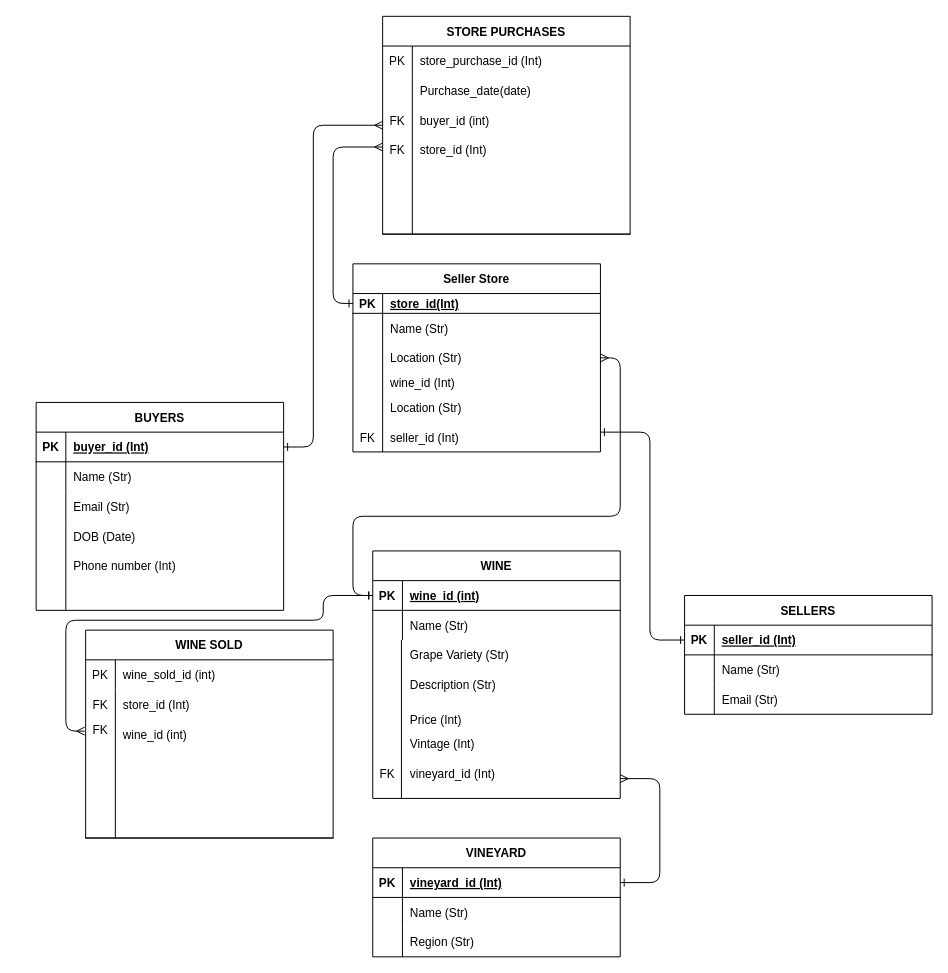
Above: ERD.drawio in JordanAttfield/T2A2-API-Webserver-Project (draw.io), before the change. Source tidied: cells renumbered, new cells numbered last; positions are measured from the earlier drawing's top-left corner, leaving out a move shared by most shapes. Both pictures are drawn from the tidied source at 99%, with x=0, y=0 at pixel (36, 16).
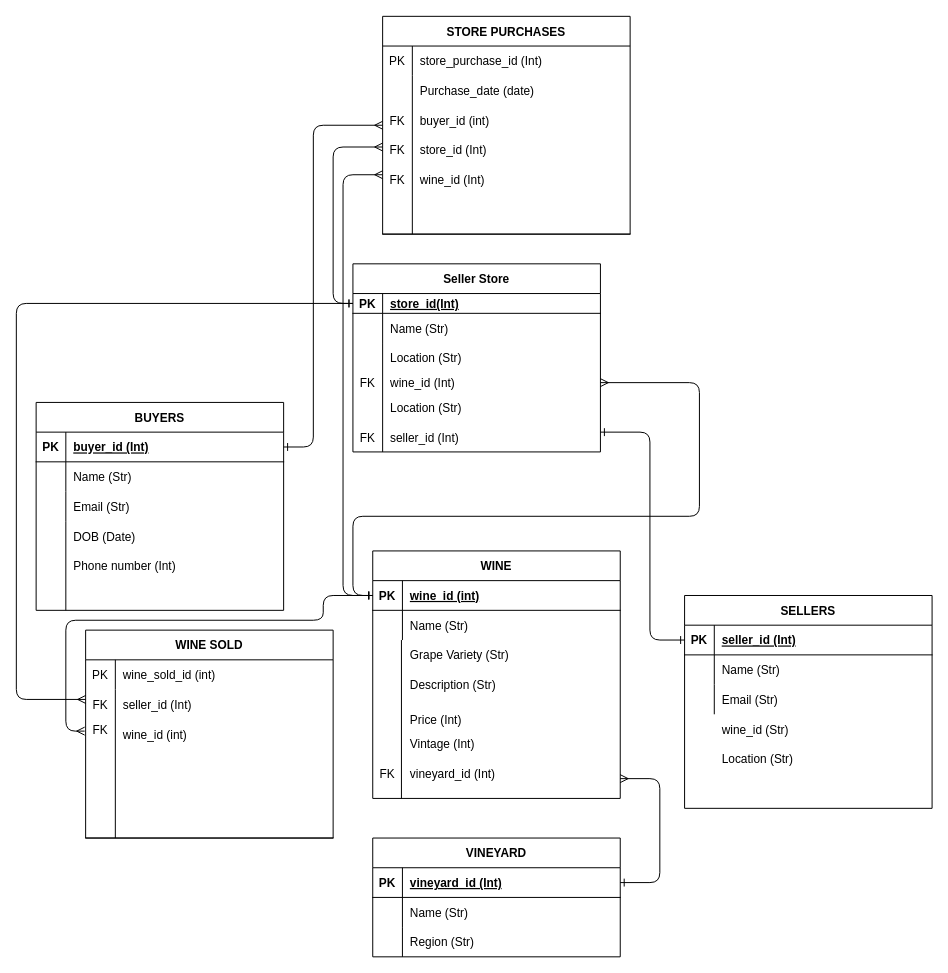
After the change.

Unchanged cells that the change refers to:
```xml
<mxCell id="23" style="shape=partialRectangle;fillColor=none;points=[[0,0.5],[1,0.5]];portConstraint=eastwest;top=0;left=0;right=0;bottom=1;" parent="22" vertex="1">
  <mxGeometry y="30" width="250" height="30" as="geometry" />
</mxCell>
<mxCell id="47" value="Seller Store" style="shape=table;startSize=30;childLayout=tableLayout;rowLines=0;fontStyle=1;align=center;" parent="1" vertex="1">
  <mxGeometry x="320" y="250" width="250" height="190" as="geometry" />
</mxCell>
<mxCell id="48" style="shape=partialRectangle;fillColor=none;points=[[0,0.5],[1,0.5]];portConstraint=eastwest;top=0;left=0;right=0;bottom=1;" parent="47" vertex="1">
  <mxGeometry y="30" width="250" height="20" as="geometry" />
</mxCell>
```

Diff of the diagram source:
```diff
@@
     <mxCell id="12" value="SELLERS" style="shape=table;startSize=30;childLayout=tableLayout;rowLines=0;fontStyle=1;align=center;" parent="1" vertex="1">
-      <mxGeometry x="655" y="585" width="250" height="120" as="geometry" />
+      <mxGeometry x="655" y="585" width="250" height="215" as="geometry" />
     </mxCell>
@@
-    <mxCell id="69" value="Purchase_date(date)" style="shape=partialRectangle;overflow=hidden;fillColor=none;top=0;left=0;bottom=0;right=0;align=left;spacingLeft=6;" parent="1" vertex="1">
+    <mxCell id="69" value="Purchase_date (date)" style="shape=partialRectangle;overflow=hidden;fillColor=none;top=0;left=0;bottom=0;right=0;align=left;spacingLeft=6;" parent="1" vertex="1">
       <mxGeometry x="380" y="60" width="220" height="30" as="geometry" />
     </mxCell>
@@
-    <mxCell id="72" value="store_id (Int)" style="shape=partialRectangle;overflow=hidden;fillColor=none;top=0;left=0;bottom=0;right=0;align=left;spacingLeft=6;" parent="1" vertex="1">
+    <mxCell id="72" value="seller_id (Int)" style="shape=partialRectangle;overflow=hidden;fillColor=none;top=0;left=0;bottom=0;right=0;align=left;spacingLeft=6;" parent="1" vertex="1">
       <mxGeometry x="80" y="680" width="220" height="30" as="geometry" />
     </mxCell>
@@
-    <mxCell id="81" style="edgeStyle=orthogonalEdgeStyle;rounded=1;jettySize=auto;html=1;exitX=0;exitY=0.5;exitDx=0;exitDy=0;entryX=1;entryY=0.5;entryDx=0;entryDy=0;startArrow=ERone;startFill=0;endArrow=ERmany;endFill=0;" parent="1" edge="1" source="23" target="47">
-      <mxGeometry relative="1" as="geometry" />
+    <mxCell id="81" style="edgeStyle=orthogonalEdgeStyle;rounded=1;jettySize=auto;html=1;exitX=0;exitY=0.5;exitDx=0;exitDy=0;startArrow=ERone;startFill=0;endArrow=ERmany;endFill=0;" parent="1" edge="1" source="23">
+      <mxGeometry relative="1" as="geometry">
+        <mxPoint x="570" y="370" as="targetPoint" />
+        <Array as="points">
+          <mxPoint x="320" y="585" />
+          <mxPoint x="320" y="505" />
+          <mxPoint x="670" y="505" />
+          <mxPoint x="670" y="370" />
+          <mxPoint x="570" y="370" />
+        </Array>
+      </mxGeometry>
     </mxCell>
@@
+    <mxCell id="95" value="FK" style="shape=partialRectangle;overflow=hidden;fillColor=none;top=0;left=0;bottom=0;right=0;fontStyle=0;" parent="1" vertex="1">
+      <mxGeometry x="320" y="355" width="30" height="30" as="geometry" />
+    </mxCell>
+    <mxCell id="96" style="edgeStyle=orthogonalEdgeStyle;rounded=1;jettySize=auto;html=1;startArrow=ERone;startFill=0;endArrow=ERmany;endFill=0;" parent="1" edge="1" source="48">
+      <mxGeometry relative="1" as="geometry">
+        <mxPoint x="50" y="690" as="targetPoint" />
+        <Array as="points">
+          <mxPoint x="-20" y="290" />
+          <mxPoint x="-20" y="690" />
+          <mxPoint x="50" y="690" />
+        </Array>
+      </mxGeometry>
+    </mxCell>
+    <mxCell id="97" style="edgeStyle=orthogonalEdgeStyle;rounded=1;jettySize=auto;html=1;startArrow=ERone;startFill=0;endArrow=ERmany;endFill=0;" parent="1" edge="1" source="23">
+      <mxGeometry relative="1" as="geometry">
+        <mxPoint x="350" y="160" as="targetPoint" />
+        <Array as="points">
+          <mxPoint x="310" y="585" />
+          <mxPoint x="310" y="160" />
+        </Array>
+      </mxGeometry>
+    </mxCell>
+    <mxCell id="98" value="FK" style="shape=partialRectangle;overflow=hidden;fillColor=none;top=0;left=0;bottom=0;right=0;fontStyle=0;" parent="1" vertex="1">
+      <mxGeometry x="350" y="150" width="30" height="30" as="geometry" />
+    </mxCell>
+    <mxCell id="99" value="wine_id (Int)" style="shape=partialRectangle;overflow=hidden;fillColor=none;top=0;left=0;bottom=0;right=0;align=left;spacingLeft=6;" parent="1" vertex="1">
+      <mxGeometry x="380" y="150" width="220" height="30" as="geometry" />
+    </mxCell>
+    <mxCell id="100" value="wine_id (Str)" style="shape=partialRectangle;overflow=hidden;fillColor=none;top=0;left=0;bottom=0;right=0;align=left;spacingLeft=6;" parent="1" vertex="1">
+      <mxGeometry x="685" y="705" width="220" height="30" as="geometry" />
+    </mxCell>
+    <mxCell id="101" value="Location (Str)" style="shape=partialRectangle;overflow=hidden;fillColor=none;top=0;left=0;bottom=0;right=0;align=left;spacingLeft=6;" parent="1" vertex="1">
+      <mxGeometry x="685" y="735" width="220" height="30" as="geometry" />
+    </mxCell>
```
